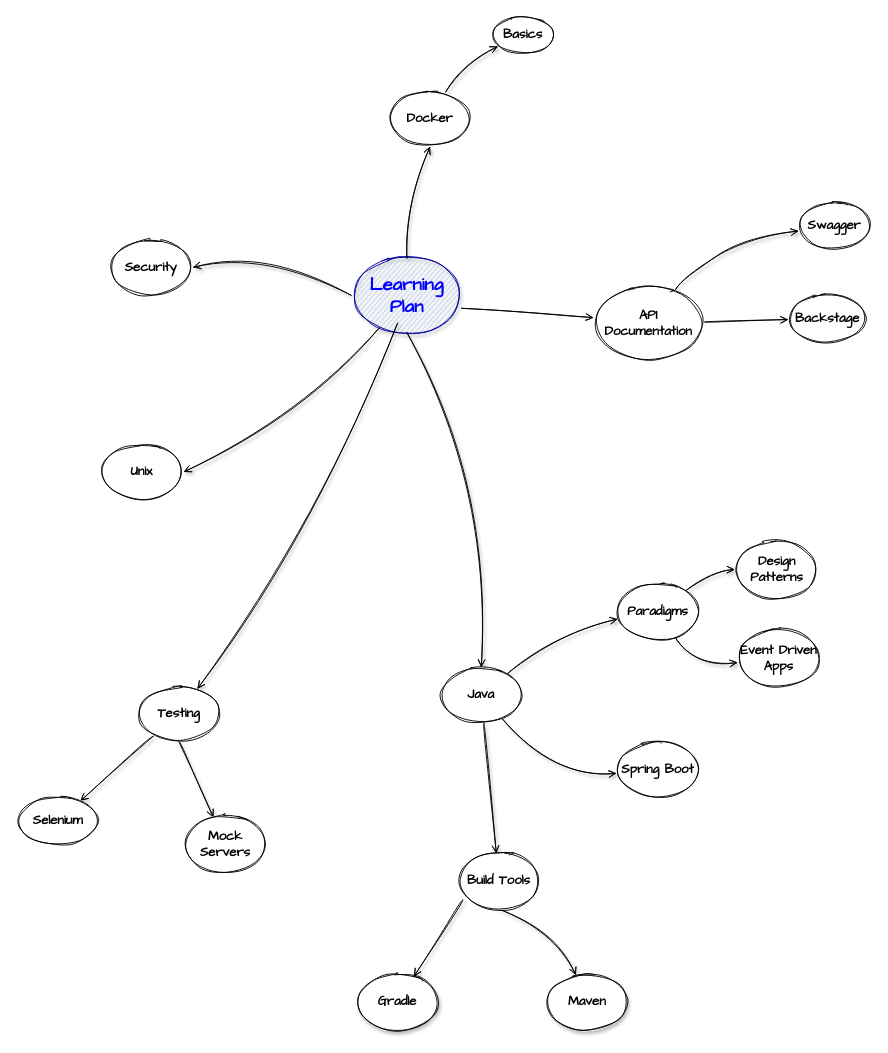
Before: diagramming/learning_plan.drawio in mp30028/notes, a draw.io diagram. Source tidied: cells renumbered, new cells numbered last; positions are measured from the earlier drawing's top-left corner, leaving out a move shared by most shapes. Both pictures are drawn from the tidied source at 93%, with x=0, y=0 at pixel (16, 16).
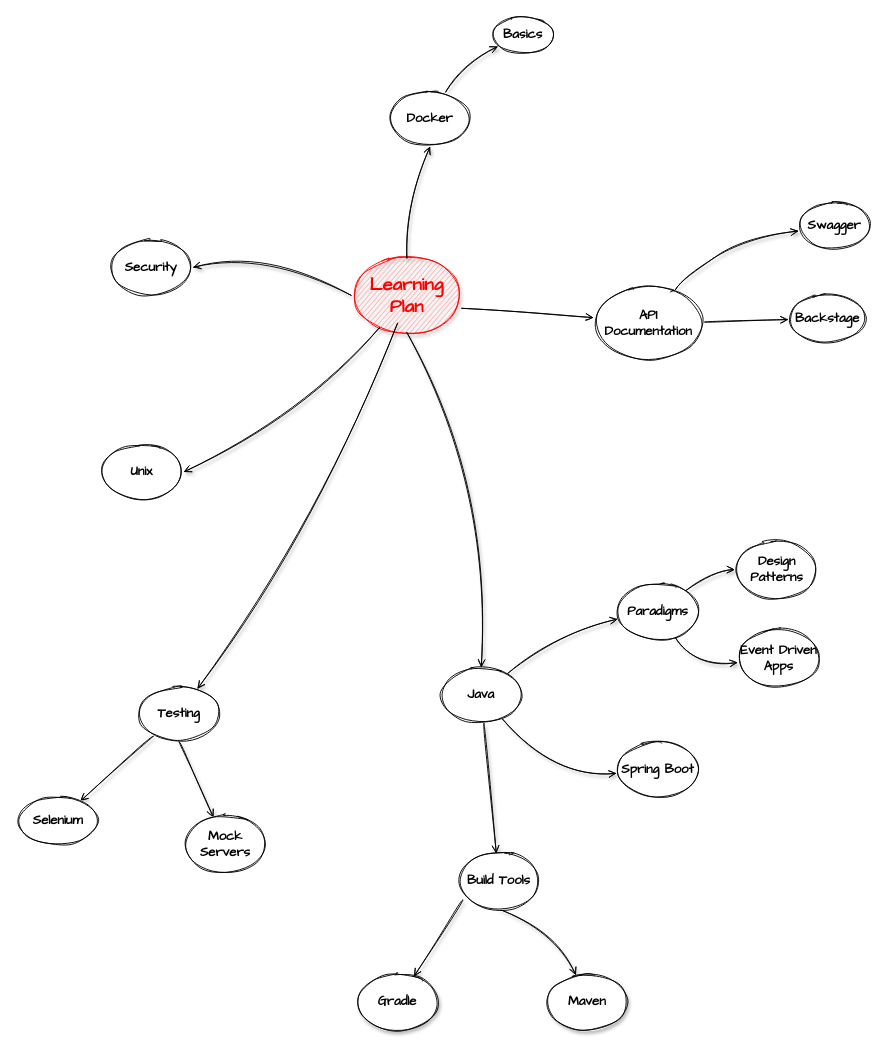
The same page after the edit.

The edit, as a diff of the source:
```diff
@@
-    <mxCell id="2" value="Learning Plan" style="ellipse;whiteSpace=wrap;html=1;rounded=0;shadow=1;comic=0;labelBackgroundColor=none;strokeWidth=1;fontFamily=Comic Sans MS;fontSize=20;align=center;fontStyle=1;fontColor=#0000FF;strokeColor=#000099;sketch=1;fillColor=#A9C4EB;" parent="1" vertex="1">
+    <mxCell id="2" value="Learning Plan" style="ellipse;whiteSpace=wrap;html=1;rounded=0;shadow=1;comic=0;labelBackgroundColor=none;strokeWidth=1;fontFamily=Comic Sans MS;fontSize=20;align=center;fontStyle=1;fontColor=#FF0000;strokeColor=#FF0000;sketch=1;fillColor=#FF9999;" parent="1" vertex="1">
       <mxGeometry x="360" y="260" width="120" height="80" as="geometry" />
     </mxCell>
```
